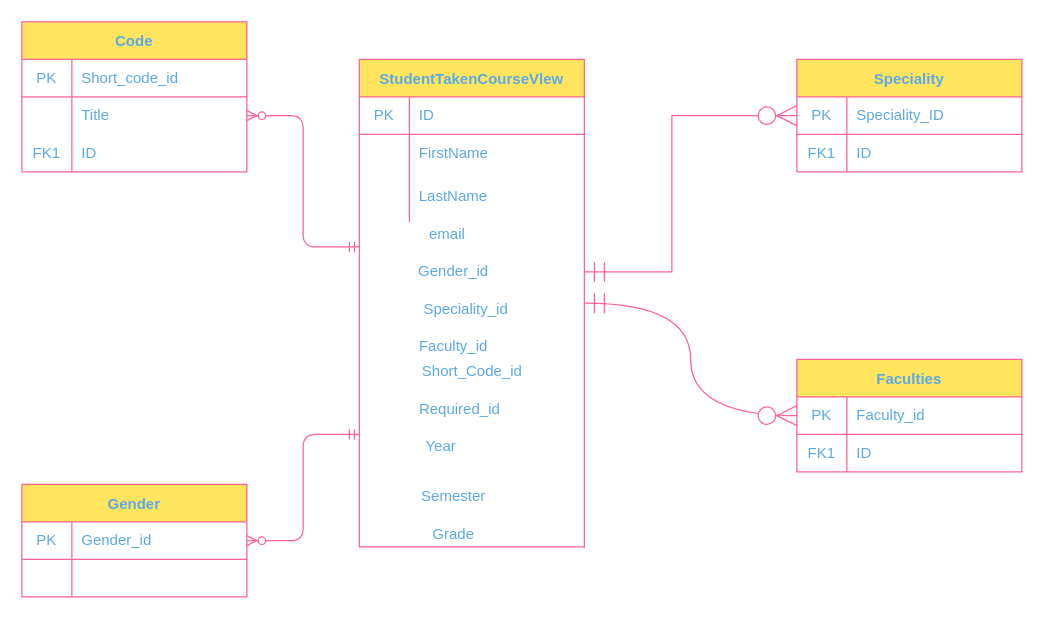
Before: page "Page-1" (1 of 8) of Untitled Diagram.drawio in Bibi2002/Proekt, a draw.io diagram. Source tidied: cells renumbered, new cells numbered last; positions are measured from the earlier drawing's top-left corner, leaving out a move shared by most shapes. Both pictures are drawn from the tidied source at 125%, with x=0, y=0 at pixel (21, 21).
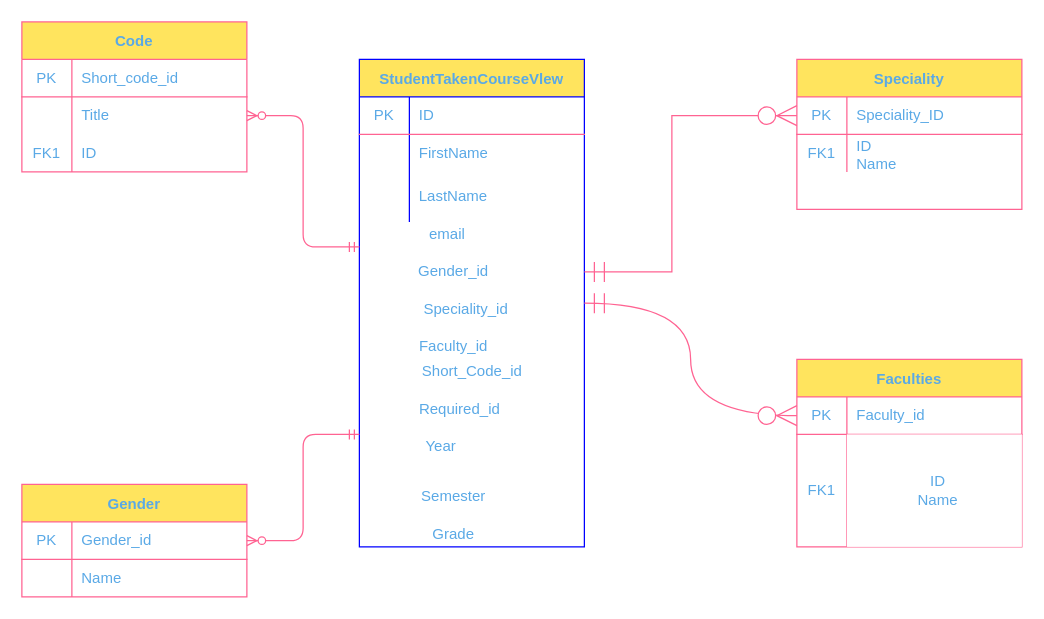
The same diagram, later.

Unchanged cells that the change refers to:
```xml
<mxCell id="42" style="shape=partialRectangle;html=1;whiteSpace=wrap;fillColor=none;top=0;left=0;bottom=0;right=0;strokeColor=#FF6392;fontColor=#5AA9E6;" parent="38" vertex="1">
  <mxGeometry y="60" width="180" height="30" as="geometry" />
</mxCell>
<mxCell id="49" style="shape=partialRectangle;html=1;whiteSpace=wrap;fillColor=none;top=0;left=0;bottom=0;right=0;strokeColor=#FF6392;fontColor=#5AA9E6;" parent="45" vertex="1">
  <mxGeometry y="60" width="180" height="30" as="geometry" />
</mxCell>
```

The edit, as a diff of the source:
```diff
@@
-    <mxCell id="12" value="StudentTakenCourseVlew" style="shape=table;startSize=30;childLayout=tableLayout;rowLines=0;fontStyle=1;align=center;hachureGap=4;fillColor=#FFE45E;strokeColor=#FF6392;fontColor=#5AA9E6;" parent="1" vertex="1">
+    <mxCell id="12" value="StudentTakenCourseVlew" style="shape=table;startSize=30;childLayout=tableLayout;rowLines=0;fontStyle=1;align=center;hachureGap=4;fillColor=#FFE45E;strokeColor=#0000FF;fontColor=#5AA9E6;" parent="1" vertex="1">
       <mxGeometry x="270" y="30" width="180" height="390" as="geometry" />
     </mxCell>
@@
     <mxCell id="31" value="Faculties" style="shape=table;startSize=30;childLayout=tableLayout;rowLines=0;fontStyle=1;align=center;hachureGap=4;fillColor=#FFE45E;strokeColor=#FF6392;fontColor=#5AA9E6;" parent="1" vertex="1">
-      <mxGeometry x="620" y="270" width="180" height="90" as="geometry" />
+      <mxGeometry x="620" y="270" width="180" height="150" as="geometry" />
     </mxCell>
@@
     <mxCell id="35" style="shape=partialRectangle;html=1;whiteSpace=wrap;fillColor=none;top=0;left=0;bottom=0;right=0;strokeColor=#FF6392;fontColor=#5AA9E6;" parent="31" vertex="1">
-      <mxGeometry y="60" width="180" height="30" as="geometry" />
+      <mxGeometry y="60" width="180" height="90" as="geometry" />
     </mxCell>
     <mxCell id="36" value="FK1" style="shape=partialRectangle;html=1;whiteSpace=wrap;fillColor=none;top=0;left=0;bottom=0;right=0;overflow=hidden;strokeColor=#FF6392;fontColor=#5AA9E6;" parent="35" vertex="1">
-      <mxGeometry width="40" height="30" as="geometry" />
+      <mxGeometry width="40" height="90" as="geometry" />
     </mxCell>
-    <mxCell id="37" value="ID" style="shape=partialRectangle;html=1;whiteSpace=wrap;fillColor=none;top=0;left=0;bottom=0;right=0;align=left;spacingLeft=6;overflow=hidden;strokeColor=#FF6392;fontColor=#5AA9E6;" parent="35" vertex="1">
-      <mxGeometry x="40" width="140" height="30" as="geometry" />
+    <mxCell id="37" value="ID&lt;br&gt;Name" style="shape=partialRectangle;html=1;whiteSpace=wrap;fillColor=default;top=0;left=0;bottom=0;right=0;align=center;spacingLeft=6;overflow=hidden;strokeColor=#FF6392;fontColor=#5AA9E6;" parent="35" vertex="1">
+      <mxGeometry x="40" width="140" height="90" as="geometry" />
     </mxCell>
     <mxCell id="38" value="Speciality" style="shape=table;startSize=30;childLayout=tableLayout;rowLines=0;fontStyle=1;align=center;hachureGap=4;fillColor=#FFE45E;strokeColor=#FF6392;fontColor=#5AA9E6;" parent="1" vertex="1">
-      <mxGeometry x="620" y="30" width="180" height="90" as="geometry" />
+      <mxGeometry x="620" y="30" width="180" height="120" as="geometry" />
     </mxCell>
@@
-    <mxCell id="44" value="ID" style="shape=partialRectangle;html=1;whiteSpace=wrap;fillColor=none;top=0;left=0;bottom=0;right=0;align=left;spacingLeft=6;overflow=hidden;strokeColor=#FF6392;fontColor=#5AA9E6;" parent="42" vertex="1">
+    <mxCell id="44" value="ID&lt;br&gt;Name" style="shape=partialRectangle;html=1;whiteSpace=wrap;fillColor=none;top=0;left=0;bottom=0;right=0;align=left;spacingLeft=6;overflow=hidden;strokeColor=#FF6392;fontColor=#5AA9E6;" parent="42" vertex="1">
       <mxGeometry x="40" width="140" height="30" as="geometry" />
     </mxCell>
@@
-    <mxCell id="51" style="shape=partialRectangle;html=1;whiteSpace=wrap;fillColor=none;top=0;left=0;bottom=0;right=0;align=left;spacingLeft=6;overflow=hidden;strokeColor=#FF6392;fontColor=#5AA9E6;" parent="49" vertex="1">
+    <mxCell id="51" value="Name" style="shape=partialRectangle;html=1;whiteSpace=wrap;fillColor=none;top=0;left=0;bottom=0;right=0;align=left;spacingLeft=6;overflow=hidden;strokeColor=#FF6392;fontColor=#5AA9E6;" parent="49" vertex="1">
       <mxGeometry x="40" width="140" height="30" as="geometry" />
     </mxCell>
```
